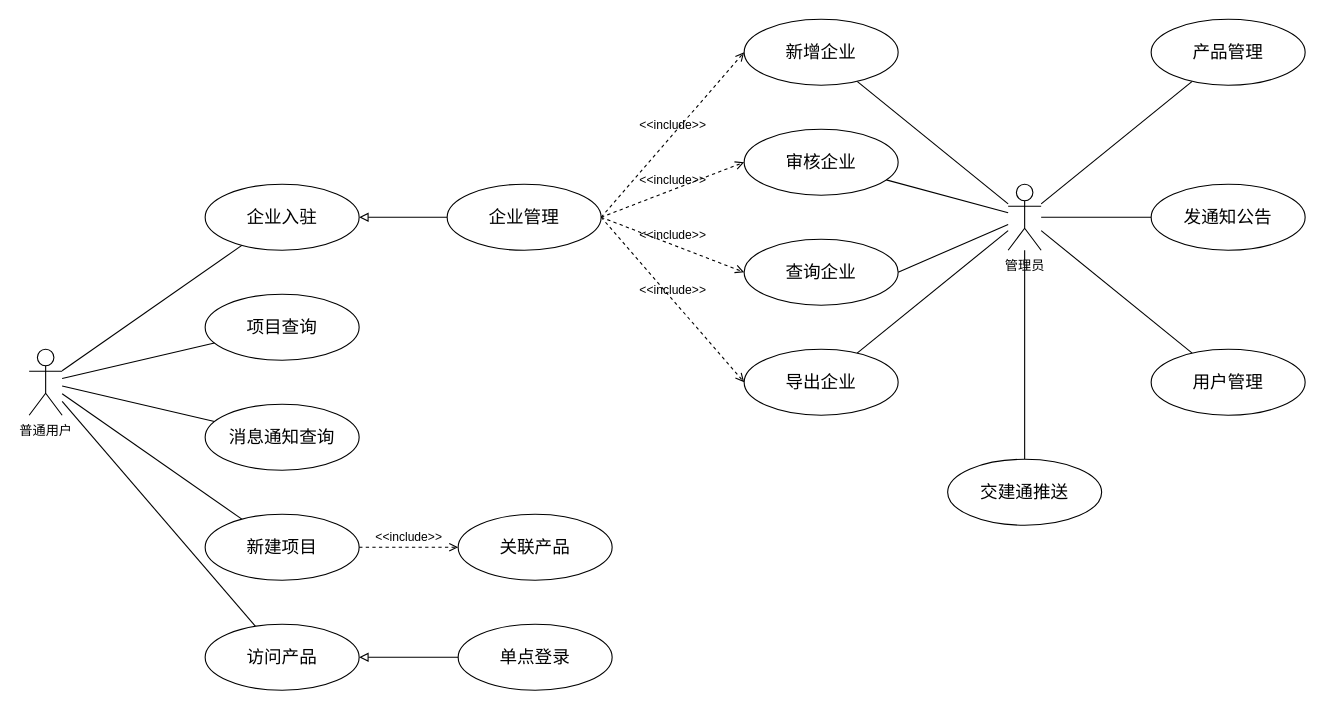
Qunz/drawio keeps this draw.io diagram as page "用例图" (2 of 3) of others/产品中心.drawio. Above is the earlier version. Source tidied: cells renumbered, new cells numbered last; positions are measured from the earlier drawing's top-left corner, leaving out a move shared by most shapes. Both pictures are drawn from the tidied source at 110%, with x=0, y=0 at pixel (29, 19).
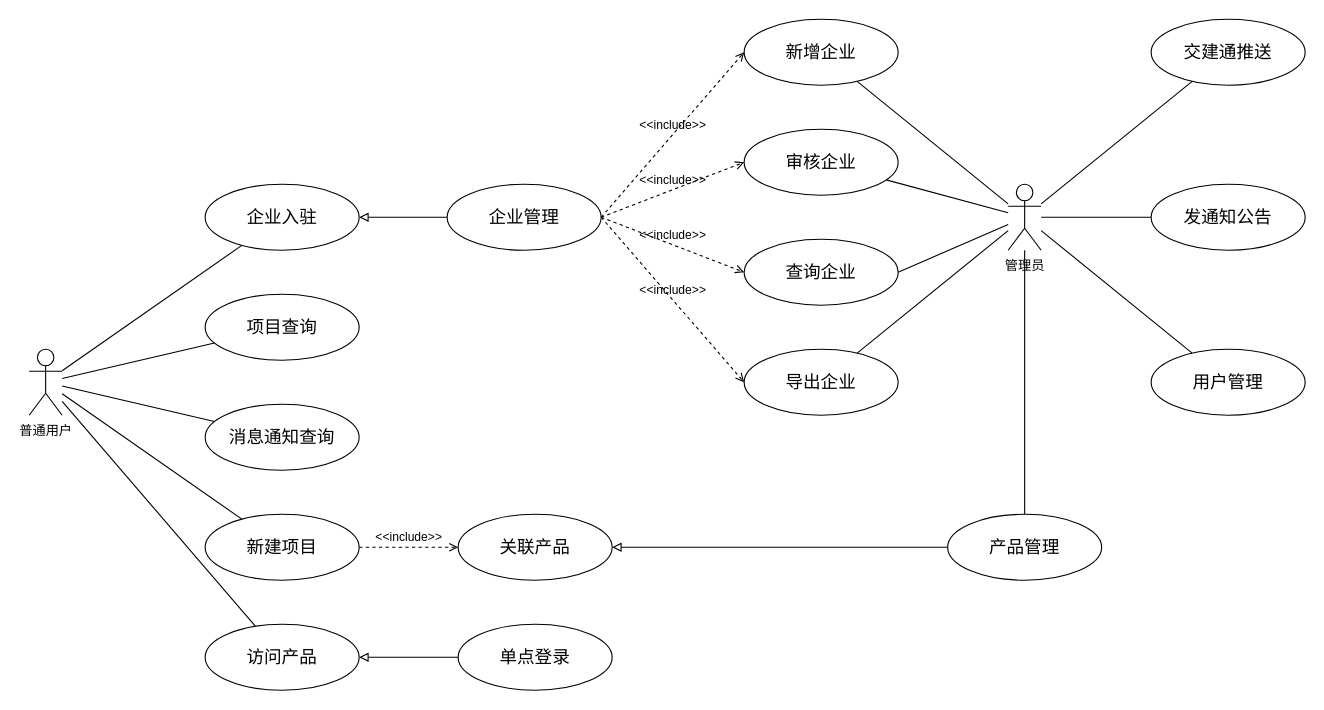
The same page after the edit.

Unchanged cells that the change refers to:
```xml
<mxCell id="33" value="关联产品" style="ellipse;whiteSpace=wrap;html=1;fontSize=16;" parent="1" vertex="1">
  <mxGeometry x="390" y="450" width="140" height="60" as="geometry" />
</mxCell>
```

What changed in the source:
```diff
@@
+    <mxCell id="40" style="edgeStyle=orthogonalEdgeStyle;rounded=0;jettySize=auto;html=1;endArrow=block;endFill=0;" parent="1" edge="1" source="31" target="33">
+      <mxGeometry relative="1" as="geometry" />
+    </mxCell>
     <mxCell id="31" value="产品管理" style="ellipse;whiteSpace=wrap;html=1;fontSize=16;" parent="1" vertex="1">
-      <mxGeometry x="1020" width="140" height="60" as="geometry" />
+      <mxGeometry x="835" y="450" width="140" height="60" as="geometry" />
     </mxCell>
@@
     <mxCell id="38" value="交建通推送" style="ellipse;whiteSpace=wrap;html=1;fontSize=16;" parent="1" vertex="1">
-      <mxGeometry x="835" y="400" width="140" height="60" as="geometry" />
+      <mxGeometry x="1020" width="140" height="60" as="geometry" />
     </mxCell>
```
